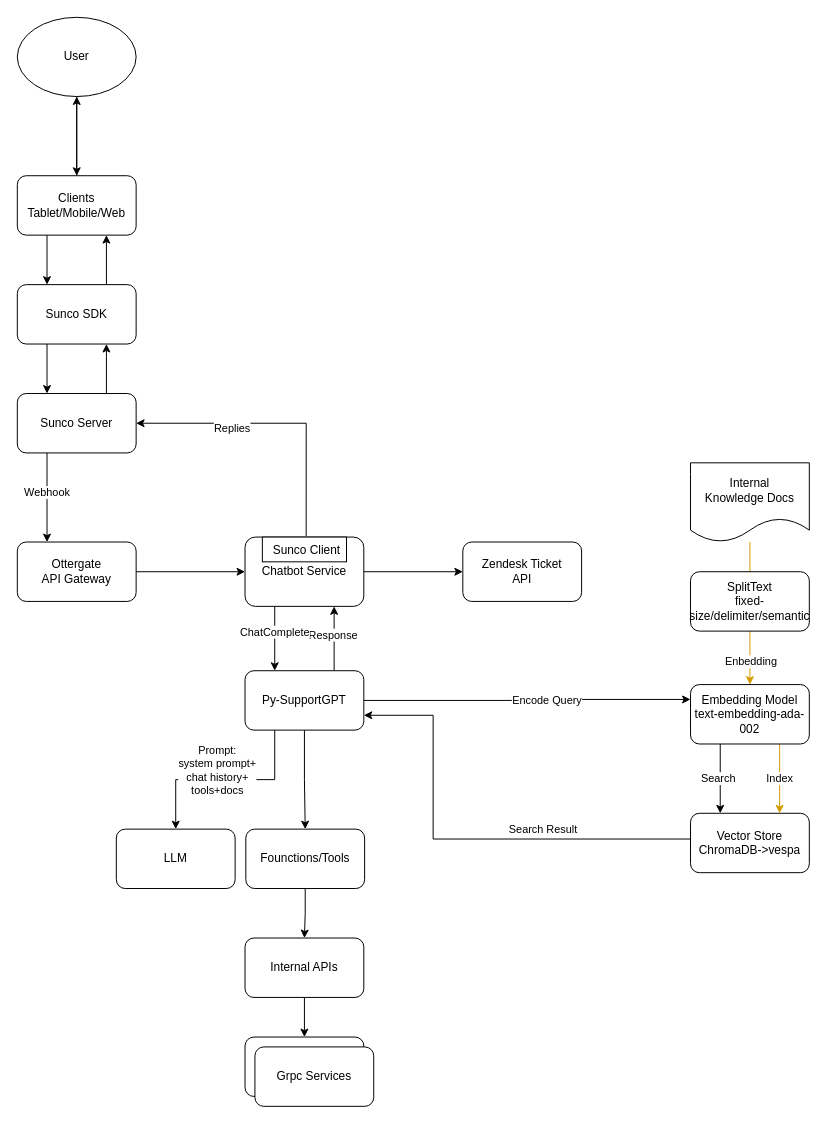
This is SupportGPT Architecture.drawio from evagle/awesome, a draw.io file, before an edit. Source tidied: cells renumbered, new cells numbered last; positions are measured from the earlier drawing's top-left corner, leaving out a move shared by most shapes. Both pictures are drawn from the tidied source at 99%, with x=0, y=0 at pixel (17, 17).
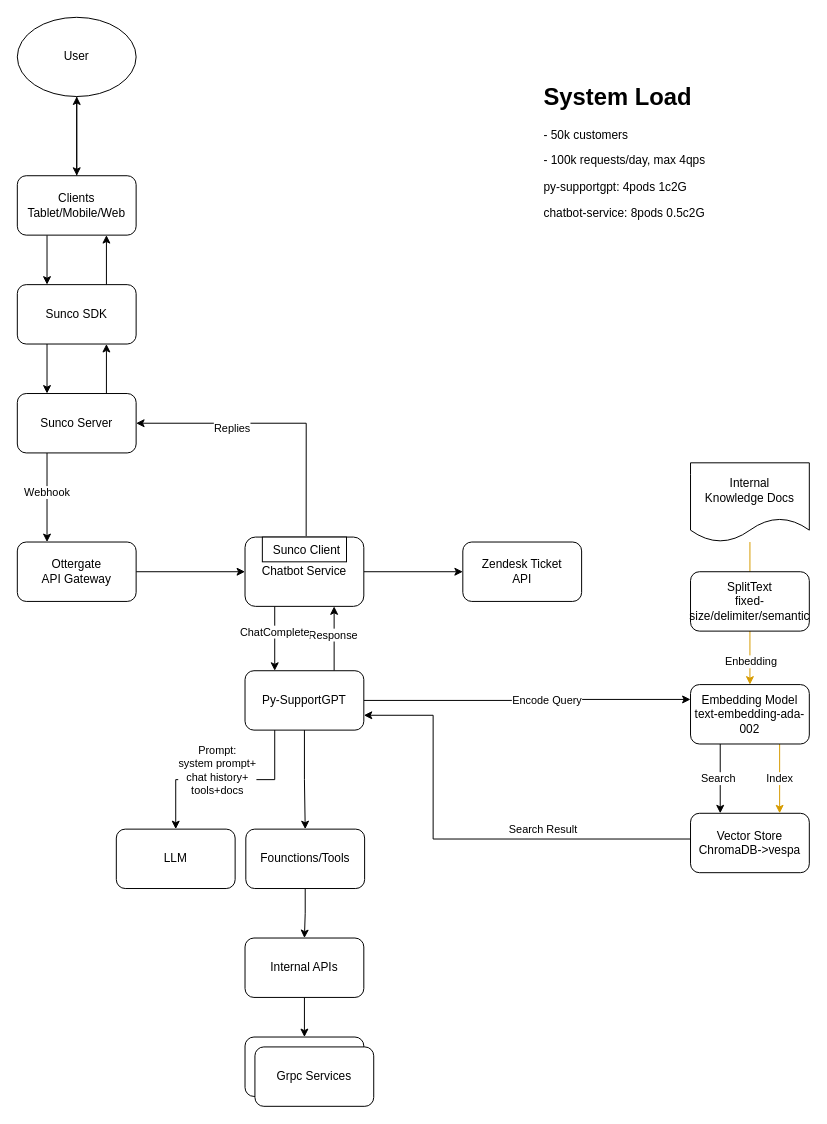
Above is the later version.

What changed in the source:
```diff
@@
+    <mxCell id="51" value="&lt;h1 style=&quot;margin-top: 0px;&quot;&gt;System Load&lt;/h1&gt;&lt;p&gt;- 50k customers&lt;/p&gt;&lt;p&gt;&lt;span style=&quot;background-color: transparent; color: light-dark(rgb(0, 0, 0), rgb(255, 255, 255));&quot;&gt;- 100k requests/day, max 4qps&lt;/span&gt;&lt;/p&gt;&lt;p&gt;&lt;span style=&quot;background-color: transparent; color: light-dark(rgb(0, 0, 0), rgb(255, 255, 255));&quot;&gt;py-supportgpt: 4pods 1c2G&lt;/span&gt;&lt;/p&gt;&lt;p&gt;chatbot-service: 8pods 0.5c2G&lt;/p&gt;" style="text;html=1;whiteSpace=wrap;overflow=hidden;rounded=0;" parent="1" vertex="1">
+      <mxGeometry x="530" y="60" width="240" height="170" as="geometry" />
+    </mxCell>
```
